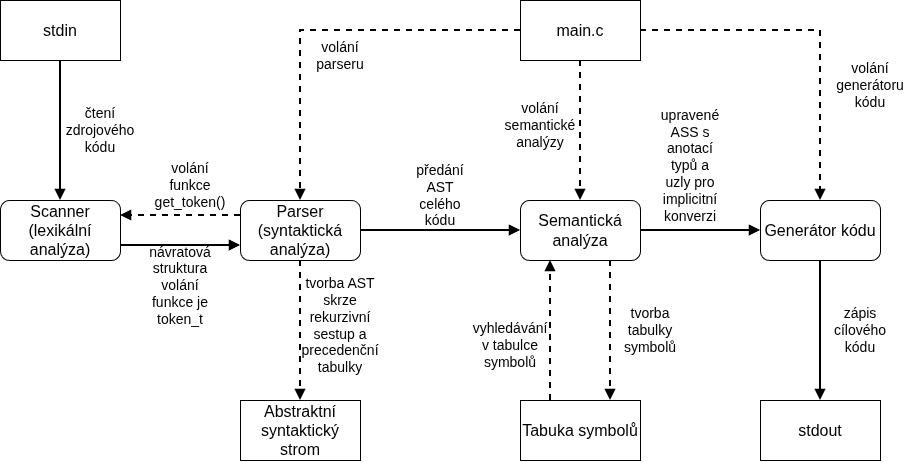
This is doc/figures/compiler_scheme.png from Rustatano/ifj26-project, a draw.io export, as it was before one commit. Source tidied: cells renumbered, new cells last; positions are measured from the earlier drawing's top-left corner, leaving out a move shared by most shapes.
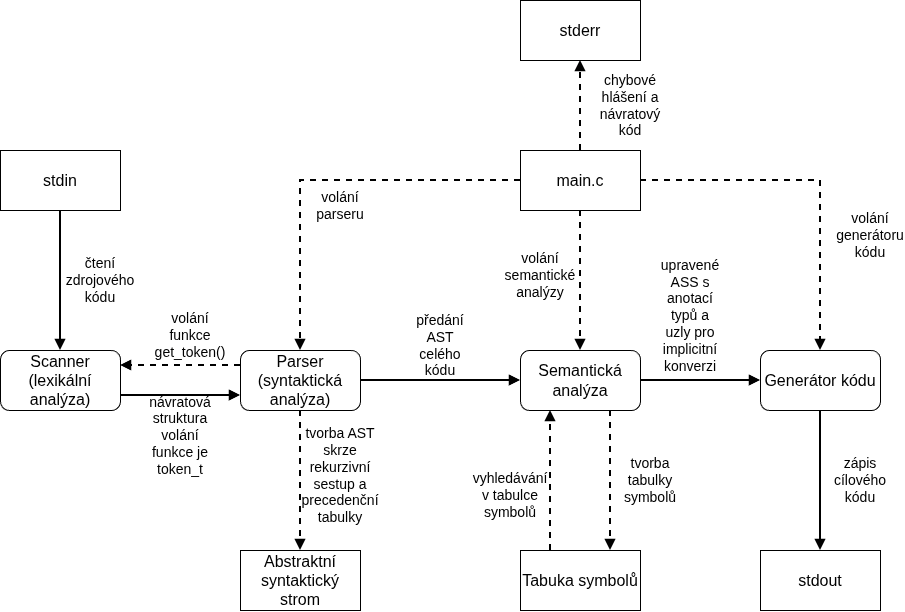
After the change.

Commit message:
fix: add stderr in compiler scheme

Change to the diagram source:
```diff
@@ -89,6 +89,9 @@
     <mxCell id="30" style="edgeStyle=orthogonalEdgeStyle;rounded=0;jettySize=auto;html=1;entryX=0.5;entryY=0;entryDx=0;entryDy=0;defaultLabelBackgroundColor=page;labelPadding=0 4;strokeWidth=2;endArrow=block;endFill=1;dashed=1;" parent="1" edge="1" source="31" target="12">
       <mxGeometry relative="1" as="geometry" />
     </mxCell>
+    <mxCell id="35" style="edgeStyle=orthogonalEdgeStyle;rounded=0;jettySize=auto;html=1;exitX=0.5;exitY=0;exitDx=0;exitDy=0;entryX=0.5;entryY=1;entryDx=0;entryDy=0;defaultLabelBackgroundColor=page;labelPadding=0 4;dashed=1;endArrow=block;endFill=1;strokeWidth=2;" parent="1" edge="1" source="31" target="37">
+      <mxGeometry relative="1" as="geometry" />
+    </mxCell>
     <mxCell id="31" value="&lt;font style=&quot;font-size: 16px;&quot;&gt;main.c&lt;/font&gt;" style="rounded=0;whiteSpace=wrap;html=1;" parent="1" vertex="1">
       <mxGeometry x="520" width="120" height="60" as="geometry" />
     </mxCell>
@@ -101,5 +104,11 @@
     <mxCell id="34" value="volání generátoru kódu" style="text;html=1;whiteSpace=wrap;strokeColor=none;fillColor=none;align=center;verticalAlign=middle;rounded=0;fontSize=14;" parent="1" vertex="1">
       <mxGeometry x="840" y="70" width="60" height="30" as="geometry" />
     </mxCell>
+    <mxCell id="36" value="&lt;font style=&quot;font-size: 14px;&quot;&gt;chybové hlášení a návratový kód&lt;/font&gt;" style="text;html=1;whiteSpace=wrap;strokeColor=none;fillColor=none;align=center;verticalAlign=middle;rounded=0;" parent="1" vertex="1">
+      <mxGeometry x="600" y="-60" width="60" height="30" as="geometry" />
+    </mxCell>
+    <mxCell id="37" value="&lt;font style=&quot;font-size: 16px;&quot;&gt;stderr&lt;/font&gt;" style="rounded=0;whiteSpace=wrap;html=1;" parent="1" vertex="1">
+      <mxGeometry x="520" y="-150" width="120" height="60" as="geometry" />
+    </mxCell>
   </root>
 </mxGraphModel>
```
